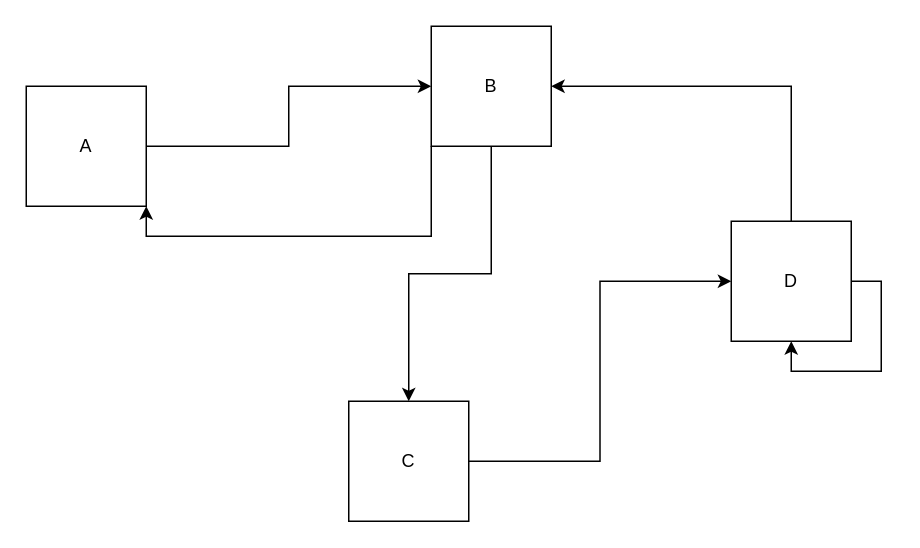
Janszczyrek/drawio_to_dot keeps this draw.io diagram as test2.drawio. Above is the earlier version. Source tidied: cells renumbered, new cells numbered last; positions are measured from the earlier drawing's top-left corner, leaving out a move shared by most shapes. Both pictures are drawn from the tidied source at 150%, with x=0, y=0 at pixel (26, 26).
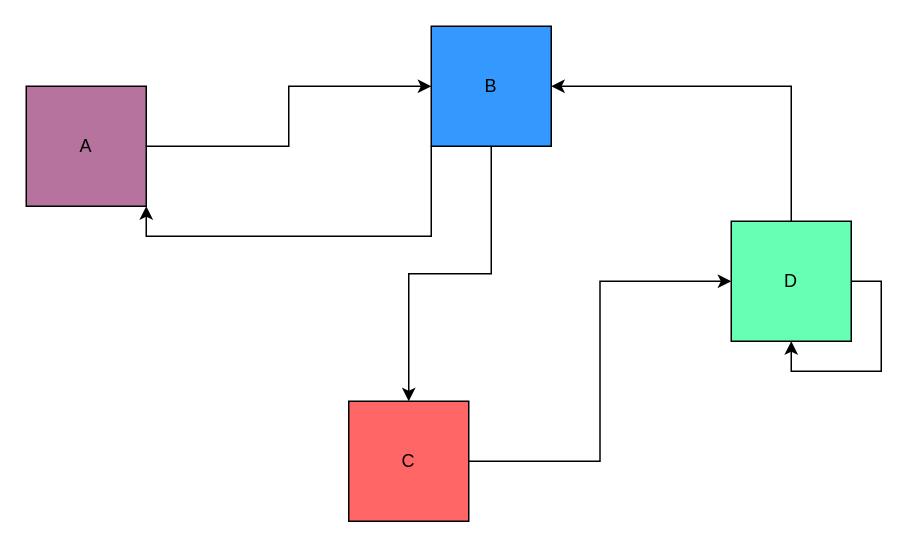
Above is the later version.

Change to the diagram source:
```diff
@@
 <mxGraphModel>
   <root>
     <mxCell id="0" />
     <mxCell id="1" parent="0" />
     <mxCell id="2" style="edgeStyle=orthogonalEdgeStyle;rounded=0;jettySize=auto;html=1;exitX=1;exitY=0.5;exitDx=0;exitDy=0;entryX=0;entryY=0.5;entryDx=0;entryDy=0;" parent="1" edge="1" source="3" target="6">
       <mxGeometry relative="1" as="geometry" />
     </mxCell>
-    <mxCell id="3" value="A" style="whiteSpace=wrap;html=1;" parent="1" vertex="1">
+    <mxCell id="3" value="A" style="whiteSpace=wrap;html=1;fillColor=#B5739D;" parent="1" vertex="1">
       <mxGeometry y="40" width="80" height="80" as="geometry" />
     </mxCell>
     <mxCell id="4" style="edgeStyle=orthogonalEdgeStyle;rounded=0;jettySize=auto;html=1;exitX=0;exitY=1;exitDx=0;exitDy=0;entryX=1;entryY=1;entryDx=0;entryDy=0;" parent="1" edge="1" source="6" target="3">
       <mxGeometry relative="1" as="geometry" />
     </mxCell>
     <mxCell id="5" style="edgeStyle=orthogonalEdgeStyle;rounded=0;jettySize=auto;html=1;exitX=0.5;exitY=1;exitDx=0;exitDy=0;entryX=0.5;entryY=0;entryDx=0;entryDy=0;" parent="1" edge="1" source="6" target="8">
       <mxGeometry relative="1" as="geometry" />
     </mxCell>
-    <mxCell id="6" value="B" style="whiteSpace=wrap;html=1;" parent="1" vertex="1">
+    <mxCell id="6" value="B" style="whiteSpace=wrap;html=1;fillColor=#3399FF;" parent="1" vertex="1">
       <mxGeometry x="270" width="80" height="80" as="geometry" />
     </mxCell>
     <mxCell id="7" style="edgeStyle=orthogonalEdgeStyle;rounded=0;jettySize=auto;html=1;exitX=1;exitY=0.5;exitDx=0;exitDy=0;entryX=0;entryY=0.5;entryDx=0;entryDy=0;" parent="1" edge="1" source="8" target="10">
       <mxGeometry relative="1" as="geometry" />
     </mxCell>
-    <mxCell id="8" value="C" style="whiteSpace=wrap;html=1;" parent="1" vertex="1">
+    <mxCell id="8" value="C" style="whiteSpace=wrap;html=1;fillColor=#FF6666;" parent="1" vertex="1">
       <mxGeometry x="215" y="250" width="80" height="80" as="geometry" />
     </mxCell>
     <mxCell id="9" style="edgeStyle=orthogonalEdgeStyle;rounded=0;jettySize=auto;html=1;exitX=0.5;exitY=0;exitDx=0;exitDy=0;entryX=1;entryY=0.5;entryDx=0;entryDy=0;" parent="1" edge="1" source="10" target="6">
       <mxGeometry relative="1" as="geometry" />
     </mxCell>
-    <mxCell id="10" value="D" style="whiteSpace=wrap;html=1;" parent="1" vertex="1">
+    <mxCell id="10" value="D" style="whiteSpace=wrap;html=1;fillColor=#66FFB3;" parent="1" vertex="1">
       <mxGeometry x="470" y="130" width="80" height="80" as="geometry" />
     </mxCell>
     <mxCell id="11" style="edgeStyle=orthogonalEdgeStyle;rounded=0;orthogonalLoop=1;jettySize=auto;html=1;exitX=1;exitY=0.5;exitDx=0;exitDy=0;entryX=0.5;entryY=1;entryDx=0;entryDy=0;" parent="1" edge="1" source="10" target="10">
       <mxGeometry relative="1" as="geometry" />
     </mxCell>
   </root>
 </mxGraphModel>
```
